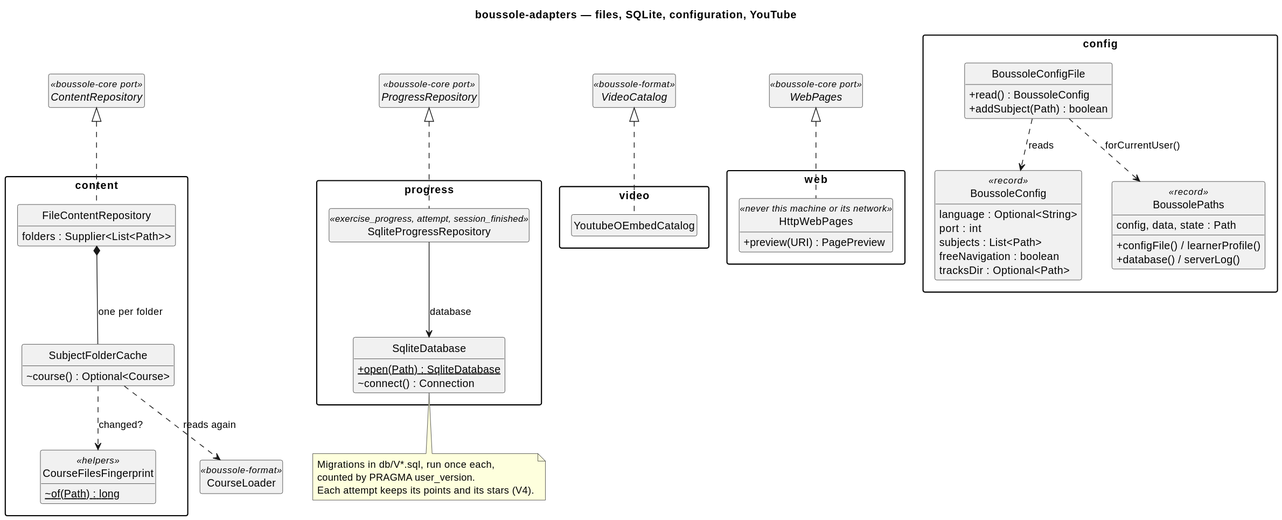
Above: docs/diagrams/60-adapters.svg in lucasssoh/Boussole (PlantUML), before the change.
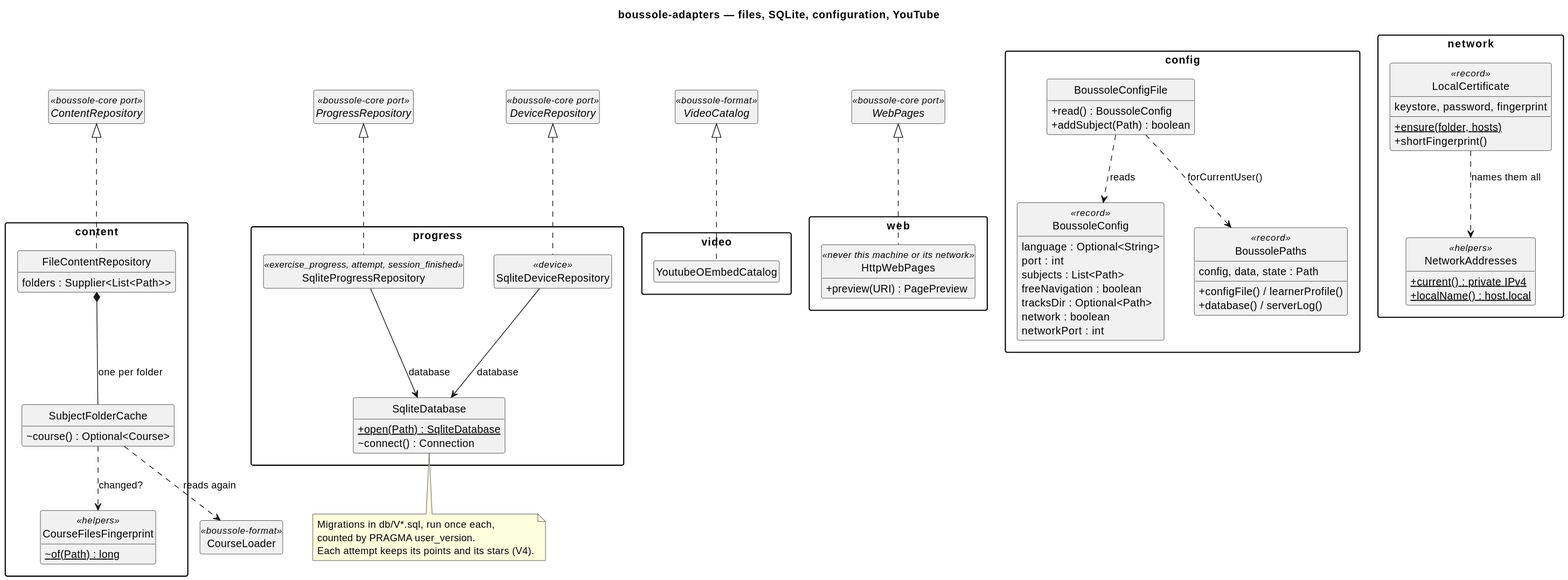
The same diagram one commit later.

What changed in the source:
```diff
@@ -21,6 +21,7 @@
 
 package "progress" {
   class SqliteProgressRepository <<exercise_progress, attempt, session_finished>>
+  class SqliteDeviceRepository <<device>>
   class SqliteDatabase {
     +{static} open(Path) : SqliteDatabase
     ~connect() : Connection
@@ -38,11 +39,25 @@
     subjects : List<Path>
     freeNavigation : boolean
     tracksDir : Optional<Path>
+    network : boolean
+    networkPort : int
   }
   class BoussolePaths <<record>> {
     config, data, state : Path
     +configFile() / learnerProfile()
     +database() / serverLog()
+  }
+}
+
+package "network" {
+  class NetworkAddresses <<helpers>> {
+    +{static} current() : private IPv4
+    +{static} localName() : host.local
+  }
+  class LocalCertificate <<record>> {
+    keystore, password, fingerprint
+    +{static} ensure(folder, hosts)
+    +shortFingerprint()
   }
 }
 
@@ -58,6 +73,7 @@
 
 interface ContentRepository <<boussole-core port>>
 interface ProgressRepository <<boussole-core port>>
+interface DeviceRepository <<boussole-core port>>
 interface VideoCatalog <<boussole-format>>
 interface WebPages <<boussole-core port>>
 class CourseLoader <<boussole-format>>
@@ -69,6 +85,9 @@
 SubjectFolderCache ..> CourseLoader : reads again
 ProgressRepository <|.. SqliteProgressRepository
 SqliteProgressRepository --> SqliteDatabase : database
+DeviceRepository <|.. SqliteDeviceRepository
+SqliteDeviceRepository --> SqliteDatabase : database
+LocalCertificate ..> NetworkAddresses : names them all
 VideoCatalog <|.. YoutubeOEmbedCatalog
 BoussoleConfigFile ..> BoussoleConfig : reads
 BoussoleConfigFile ..> BoussolePaths : forCurrentUser()
```
